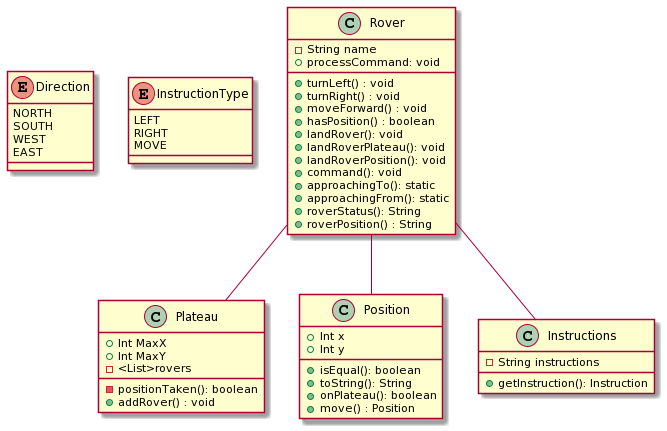
This is src/main/resources/UMLDiagram/RoverDiagram.png from Gurpreet1490/Mars-Rover-Kata, a PlantUML export, as it was before one commit.
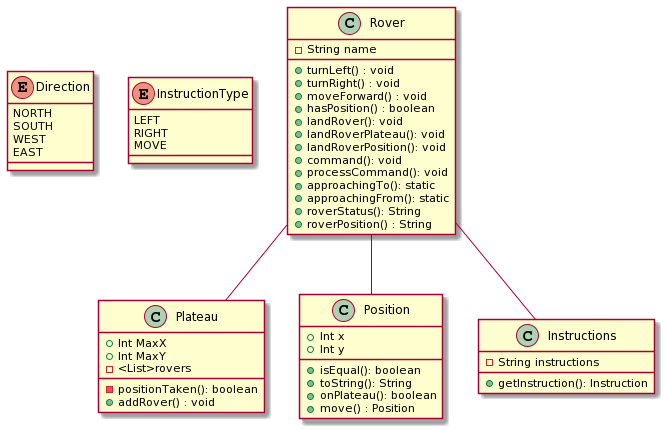
Above is the later version.

Commit message:
Diagram improved

What changed in the source:
```diff
@@ -47,7 +47,7 @@
     +landRoverPlateau(): void
     +landRoverPosition(): void
     +command(): void
-    +processCommand: void
+    +processCommand(): void
     +approachingTo(): static
     +approachingFrom(): static
     +roverStatus(): String
```
